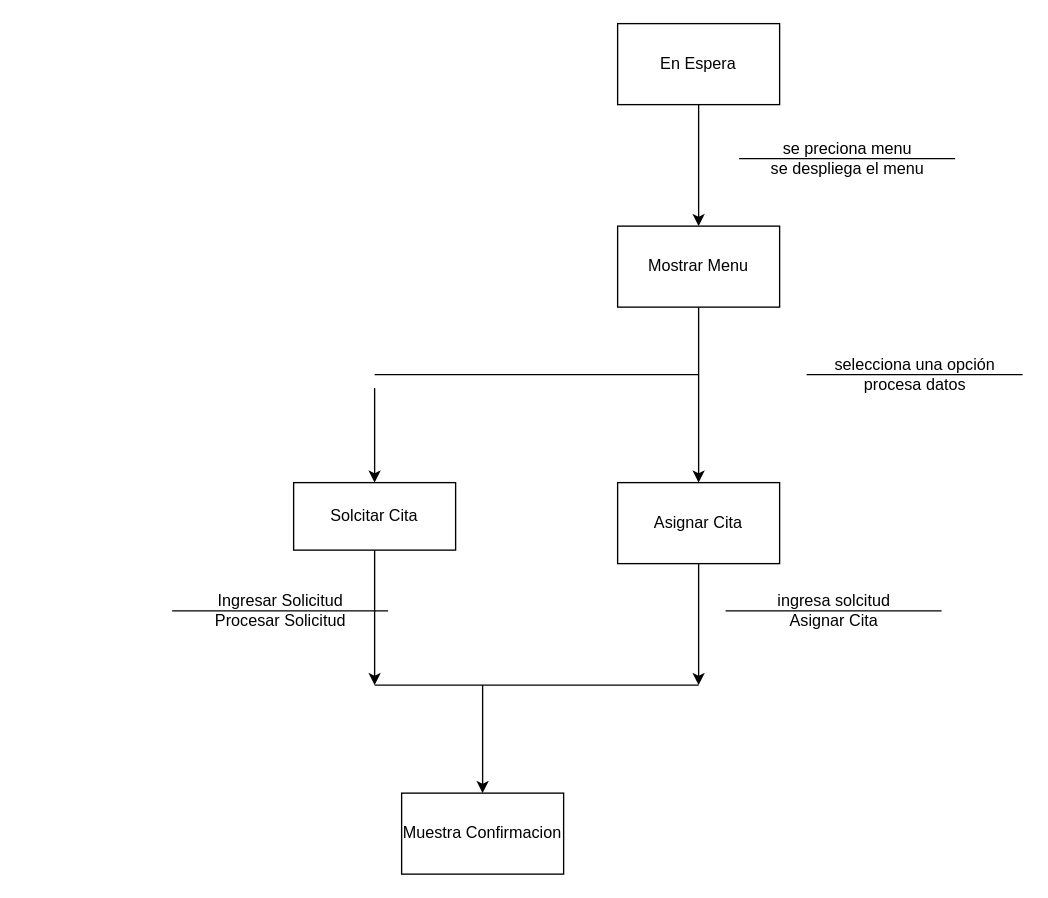
Before: tarea.drawio in tomyivan/juez-pato, a draw.io diagram. Source tidied: cells renumbered, new cells numbered last; positions are measured from the earlier drawing's top-left corner, leaving out a move shared by most shapes. Both pictures are drawn from the tidied source at 135%, with x=0, y=0 at pixel (171, 23).
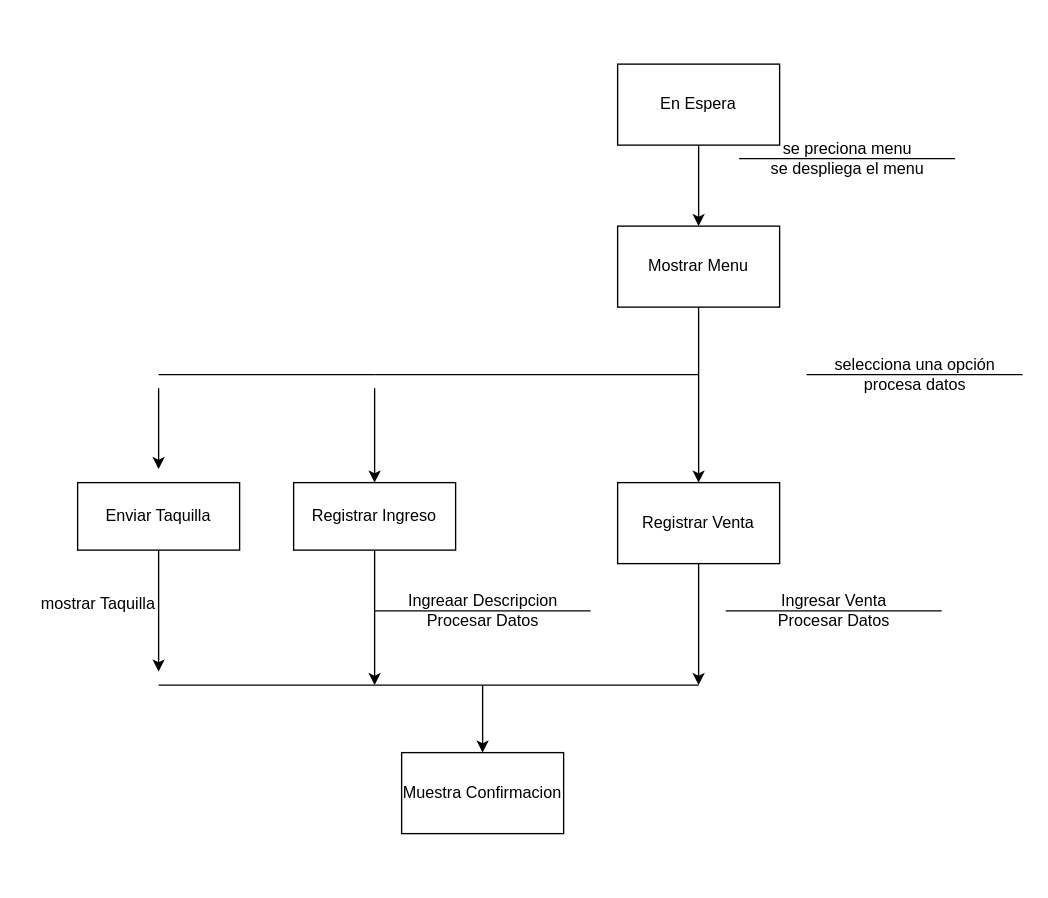
After the change.

Change to the diagram source:
```diff
@@
     <mxCell id="3" value="En Espera" style="rounded=0;whiteSpace=wrap;html=1;" parent="1" vertex="1">
-      <mxGeometry x="330" width="120" height="60" as="geometry" />
+      <mxGeometry x="330" y="30" width="120" height="60" as="geometry" />
     </mxCell>
@@
     <mxCell id="6" value="Muestra Confirmacion" style="rounded=0;whiteSpace=wrap;html=1;" parent="1" vertex="1">
-      <mxGeometry x="170" y="570" width="120" height="60" as="geometry" />
+      <mxGeometry x="170" y="540" width="120" height="60" as="geometry" />
     </mxCell>
@@
-    <mxCell id="8" value="Asignar Cita" style="rounded=0;whiteSpace=wrap;html=1;" parent="1" vertex="1">
+    <mxCell id="8" value="Registrar Venta" style="rounded=0;whiteSpace=wrap;html=1;" parent="1" vertex="1">
       <mxGeometry x="330" y="340" width="120" height="60" as="geometry" />
     </mxCell>
@@
-    <mxCell id="10" value="Solcitar Cita" style="rounded=0;whiteSpace=wrap;html=1;" parent="1" vertex="1">
+    <mxCell id="10" value="Registrar Ingreso" style="rounded=0;whiteSpace=wrap;html=1;" parent="1" vertex="1">
       <mxGeometry x="90" y="340" width="120" height="50" as="geometry" />
     </mxCell>
@@
-    <mxCell id="19" value="ingresa solcitud&lt;br&gt;Asignar Cita" style="text;html=1;align=center;verticalAlign=middle;strokeColor=none;fillColor=none;" parent="1" vertex="1">
+    <mxCell id="19" value="Ingresar Venta&lt;br&gt;Procesar Datos" style="text;html=1;align=center;verticalAlign=middle;strokeColor=none;fillColor=none;" parent="1" vertex="1">
       <mxGeometry x="435" y="415" width="110" height="40" as="geometry" />
     </mxCell>
@@
-    <mxCell id="21" value="Ingresar Solicitud&lt;br&gt;Procesar Solicitud" style="text;html=1;align=center;verticalAlign=middle;strokeColor=none;fillColor=none;" parent="1" vertex="1">
-      <mxGeometry x="20" y="415" width="120" height="40" as="geometry" />
+    <mxCell id="21" value="Ingreaar Descripcion&lt;br&gt;Procesar Datos" style="text;html=1;align=center;verticalAlign=middle;strokeColor=none;fillColor=none;" parent="1" vertex="1">
+      <mxGeometry x="165" y="415" width="130" height="40" as="geometry" />
     </mxCell>
     <mxCell id="22" style="endArrow=none;html=1;rounded=0;" parent="1" edge="1">
       <mxGeometry relative="1" as="geometry">
-        <mxPoint y="435" as="sourcePoint" />
-        <mxPoint x="160" y="435" as="targetPoint" />
+        <mxPoint x="150" y="435" as="sourcePoint" />
+        <mxPoint x="310" y="435" as="targetPoint" />
       </mxGeometry>
     </mxCell>
+    <mxCell id="23" value="Enviar Taquilla" style="rounded=0;whiteSpace=wrap;html=1;" parent="1" vertex="1">
+      <mxGeometry x="-70" y="340" width="120" height="50" as="geometry" />
+    </mxCell>
+    <mxCell id="24" style="endArrow=none;html=1;rounded=0;" parent="1" edge="1">
+      <mxGeometry relative="1" as="geometry">
+        <mxPoint x="-10" y="260" as="sourcePoint" />
+        <mxPoint x="150" y="260" as="targetPoint" />
+      </mxGeometry>
+    </mxCell>
+    <mxCell id="25" style="endArrow=classic;html=1;rounded=0;" parent="1" edge="1">
+      <mxGeometry relative="1" as="geometry">
+        <mxPoint x="-10" y="270" as="sourcePoint" />
+        <mxPoint x="-10" y="330" as="targetPoint" />
+      </mxGeometry>
+    </mxCell>
+    <mxCell id="26" value="mostrar Taquilla" style="text;html=1;align=center;verticalAlign=middle;strokeColor=none;fillColor=none;" parent="1" vertex="1">
+      <mxGeometry x="-110" y="415" width="110" height="30" as="geometry" />
+    </mxCell>
+    <mxCell id="27" style="endArrow=classic;html=1;rounded=0;exitX=0.5;exitY=1;exitDx=0;exitDy=0;" parent="1" edge="1" source="23">
+      <mxGeometry relative="1" as="geometry">
+        <mxPoint x="-10" y="480" as="targetPoint" />
+      </mxGeometry>
+    </mxCell>
+    <mxCell id="28" style="endArrow=none;html=1;rounded=0;" parent="1" edge="1">
+      <mxGeometry relative="1" as="geometry">
+        <mxPoint x="-10" y="490" as="sourcePoint" />
+        <mxPoint x="150" y="490" as="targetPoint" />
+      </mxGeometry>
+    </mxCell>
```
